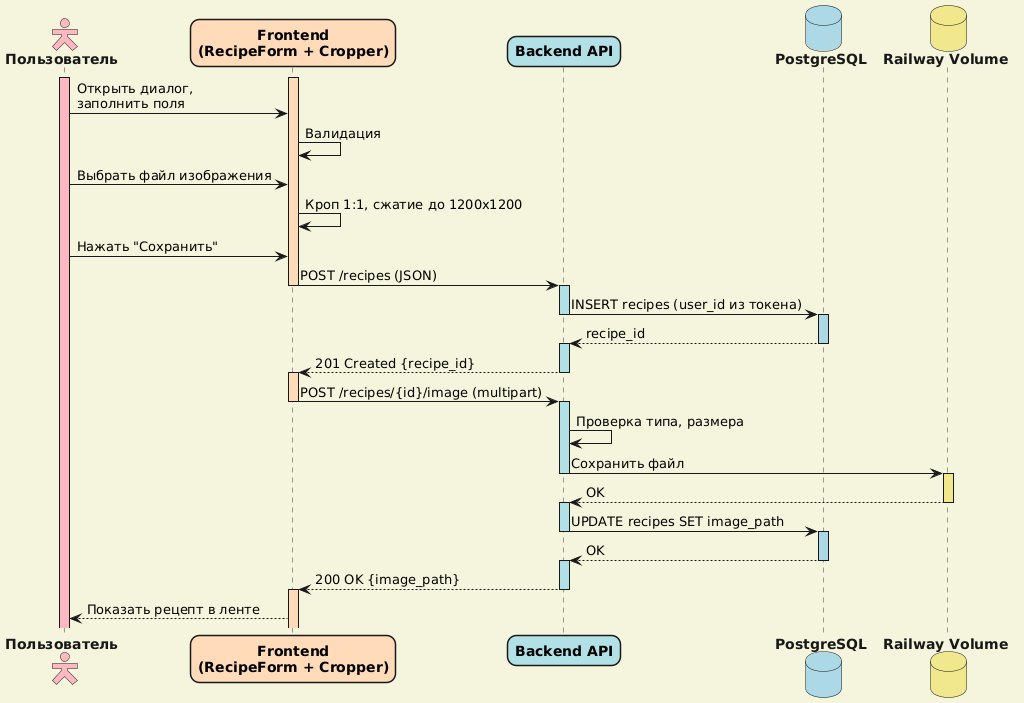
The PlantUML diagram docs/diagrams/сиквенс_диаграмма_создание_рецепта_с_фото_кроп.png in cranchy-team/cook-book, before a commit. Source of this version:
```plantuml
@startuml
!theme mars

skinparam actor {
  FontStyle bold
  BackgroundColor #FFB6C1
}
skinparam participant {
  FontColor black
  FontStyle bold
}
skinparam database {
  FontStyle bold
  BackgroundColor #ADD8E6
}
skinparam backgroundcolor #F5F5DC
skinparam roundcorner 18
skinparam actorStyle hollow

actor "Пользователь" as User
participant "Frontend\n(RecipeForm + Cropper)" as Frontend #FFDAB9
participant "Backend API" as Backend #B0E0E6
database "PostgreSQL" as DB #ADD8E6
database "Railway Volume" as Volume #F0E68C

User ++ #FFB6C1
Frontend ++ #FFDAB9
User -> Frontend : Открыть диалог,\nзаполнить поля
Frontend -> Frontend : Валидация
User -> Frontend : Выбрать файл изображения
Frontend -> Frontend : Кроп 1:1, сжатие до 1200x1200
User -> Frontend : Нажать "Сохранить"
Frontend -> Backend --++ #B0E0E6 : POST /recipes (JSON)
Backend -> DB --++ #ADD8E6 : INSERT recipes (user_id из токена)
DB --> Backend --++ #B0E0E6 : recipe_id
Backend --> Frontend --++ #FFDAB9 : 201 Created {recipe_id}
Frontend -> Backend --++ #B0E0E6 : POST /recipes/{id}/image (multipart)
Backend -> Backend: Проверка типа, размера
Backend -> Volume --++ #F0E68C : Сохранить файл
Volume --> Backend --++ #B0E0E6 : OK
Backend -> DB --++ #ADD8E6 : UPDATE recipes SET image_path
DB --> Backend --++ #B0E0E6 : OK
Backend --> Frontend --++  #FFDAB9 : 200 OK {image_path}
Frontend --> User: Показать рецепт в ленте
@enduml
```
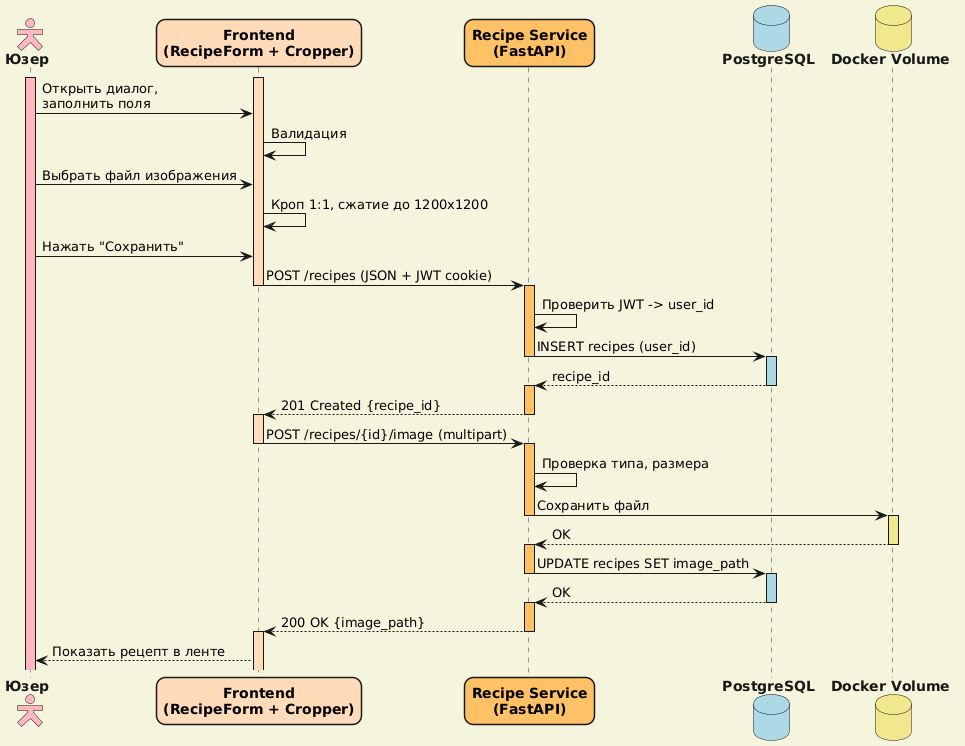
After the commit.

Diff of the diagram source:
```diff
@@ -17,11 +17,11 @@
 skinparam roundcorner 18
 skinparam actorStyle hollow
 
-actor "Пользователь" as User
+actor "Юзер" as User
 participant "Frontend\n(RecipeForm + Cropper)" as Frontend #FFDAB9
-participant "Backend API" as Backend #B0E0E6
+participant "Recipe Service\n(FastAPI)" as RecipeSvc #FFC067
 database "PostgreSQL" as DB #ADD8E6
-database "Railway Volume" as Volume #F0E68C
+database "Docker Volume" as Volume #F0E68C
 
 User ++ #FFB6C1
 Frontend ++ #FFDAB9
@@ -30,16 +30,17 @@
 User -> Frontend : Выбрать файл изображения
 Frontend -> Frontend : Кроп 1:1, сжатие до 1200x1200
 User -> Frontend : Нажать "Сохранить"
-Frontend -> Backend --++ #B0E0E6 : POST /recipes (JSON)
-Backend -> DB --++ #ADD8E6 : INSERT recipes (user_id из токена)
-DB --> Backend --++ #B0E0E6 : recipe_id
-Backend --> Frontend --++ #FFDAB9 : 201 Created {recipe_id}
-Frontend -> Backend --++ #B0E0E6 : POST /recipes/{id}/image (multipart)
-Backend -> Backend: Проверка типа, размера
-Backend -> Volume --++ #F0E68C : Сохранить файл
-Volume --> Backend --++ #B0E0E6 : OK
-Backend -> DB --++ #ADD8E6 : UPDATE recipes SET image_path
-DB --> Backend --++ #B0E0E6 : OK
-Backend --> Frontend --++  #FFDAB9 : 200 OK {image_path}
-Frontend --> User: Показать рецепт в ленте
+Frontend -> RecipeSvc --++ #FFC067 : POST /recipes (JSON + JWT cookie)
+RecipeSvc -> RecipeSvc : Проверить JWT -> user_id
+RecipeSvc -> DB --++ #ADD8E6 : INSERT recipes (user_id)
+DB --> RecipeSvc --++ #FFC067 : recipe_id
+RecipeSvc --> Frontend --++ #FFDAB9 : 201 Created {recipe_id}
+Frontend -> RecipeSvc --++ #FFC067 : POST /recipes/{id}/image (multipart)
+RecipeSvc -> RecipeSvc : Проверка типа, размера
+RecipeSvc -> Volume --++ #F0E68C : Сохранить файл
+Volume --> RecipeSvc --++ #FFC067 : OK
+RecipeSvc -> DB --++ #ADD8E6 : UPDATE recipes SET image_path
+DB --> RecipeSvc --++ #FFC067 : OK
+RecipeSvc --> Frontend --++  #FFDAB9 : 200 OK {image_path}
+Frontend --> User : Показать рецепт в ленте
 @enduml
```
